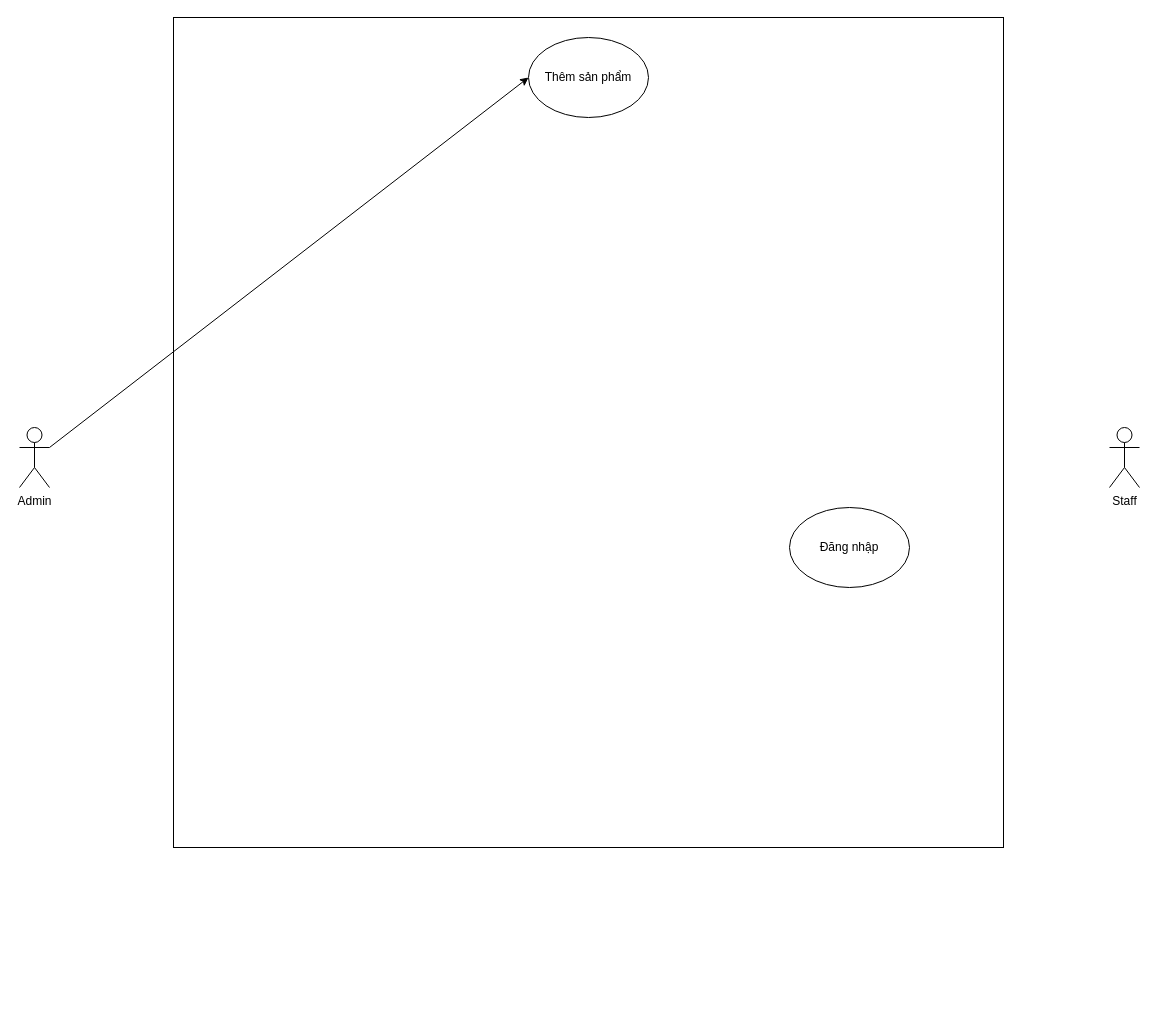
Above: usecase.drawio in xuanninh2001/WPF---Show-Hide-a-Control-using-MVVM (draw.io), before the change. Source tidied: cells renumbered, new cells numbered last; positions are measured from the earlier drawing's top-left corner, leaving out a move shared by most shapes. Both pictures are drawn from the tidied source at 100%, with x=0, y=0 at pixel (19, 17).
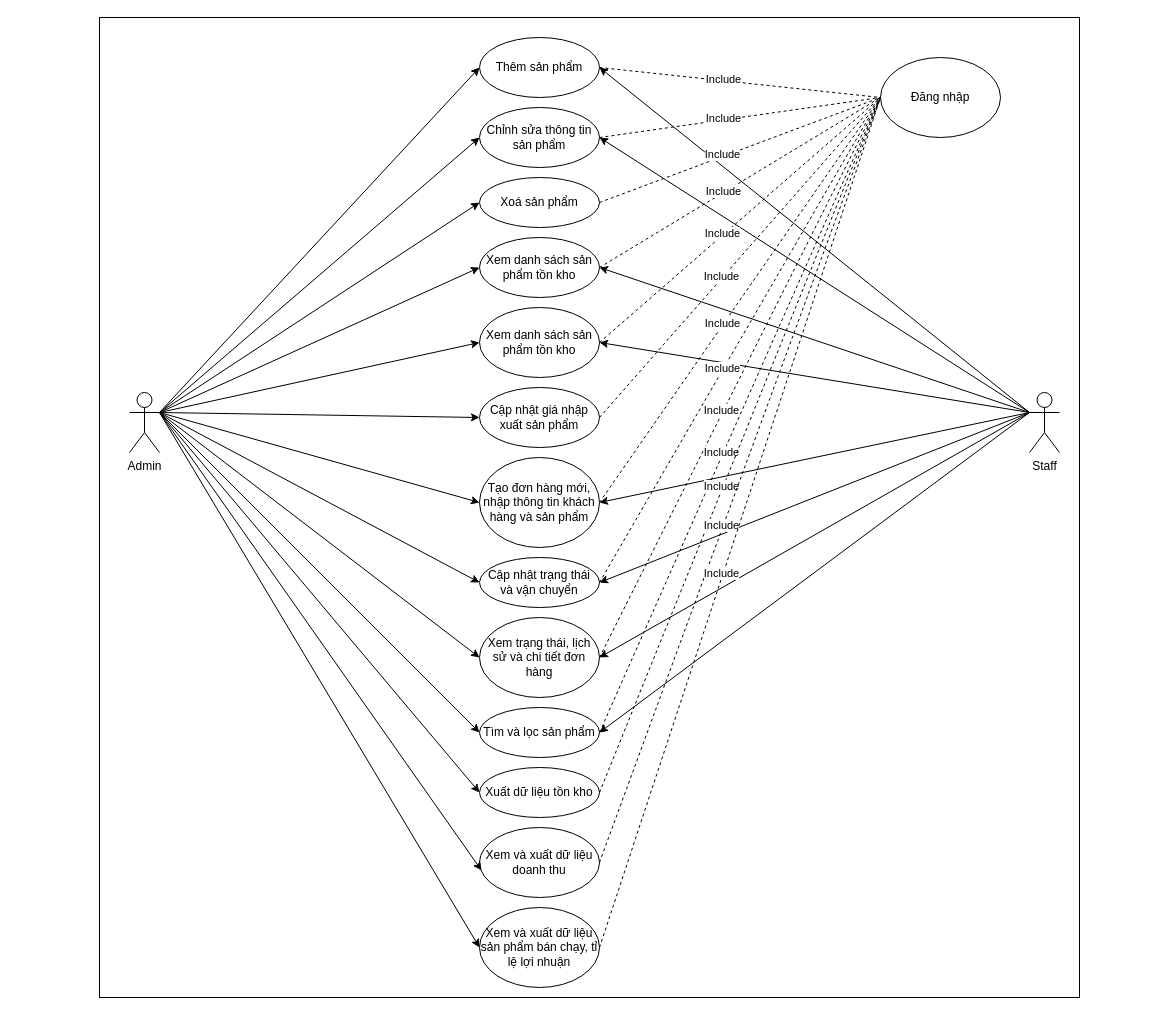
The same page after the edit.

Commit message (it also covers changes not shown here):
Cập nhật usecase.drawio

What changed in the source:
```diff
@@
     <mxCell id="2" style="whiteSpace=wrap;html=1;" parent="1" vertex="1">
-      <mxGeometry x="154" width="830" height="830" as="geometry" />
+      <mxGeometry x="80" width="980" height="980" as="geometry" />
     </mxCell>
     <mxCell id="3" value="Admin" style="shape=umlActor;verticalLabelPosition=bottom;verticalAlign=top;html=1;outlineConnect=0;" parent="1" vertex="1">
-      <mxGeometry y="410" width="30" height="60" as="geometry" />
+      <mxGeometry x="110" y="375" width="30" height="60" as="geometry" />
     </mxCell>
     <mxCell id="4" value="Staff" style="shape=umlActor;verticalLabelPosition=bottom;verticalAlign=top;html=1;outlineConnect=0;" parent="1" vertex="1">
-      <mxGeometry x="1090" y="410" width="30" height="60" as="geometry" />
+      <mxGeometry x="1010" y="375" width="30" height="60" as="geometry" />
     </mxCell>
     <mxCell id="5" value="Đăng nhập" style="ellipse;whiteSpace=wrap;html=1;" parent="1" vertex="1">
-      <mxGeometry x="770" y="490" width="120" height="80" as="geometry" />
+      <mxGeometry x="861" y="40" width="120" height="80" as="geometry" />
     </mxCell>
     <mxCell id="6" value="Thêm sản phẩm" style="ellipse;whiteSpace=wrap;html=1;" parent="1" vertex="1">
-      <mxGeometry x="509" y="20" width="120" height="80" as="geometry" />
+      <mxGeometry x="460" y="20" width="120" height="60" as="geometry" />
     </mxCell>
@@
+    <mxCell id="8" value="Chỉnh sửa thông tin sản phẩm" style="ellipse;whiteSpace=wrap;html=1;" parent="1" vertex="1">
+      <mxGeometry x="460" y="90" width="120" height="60" as="geometry" />
+    </mxCell>
+    <mxCell id="9" style="endArrow=classic;html=1;rounded=0;exitX=1;exitY=0.3333333333333333;exitDx=0;exitDy=0;exitPerimeter=0;entryX=0;entryY=0.5;entryDx=0;entryDy=0;" parent="1" edge="1" source="3" target="8">
+      <mxGeometry relative="1" as="geometry" />
+    </mxCell>
+    <mxCell id="10" style="endArrow=classic;html=1;rounded=0;exitX=0;exitY=0.3333333333333333;exitDx=0;exitDy=0;exitPerimeter=0;entryX=1;entryY=0.5;entryDx=0;entryDy=0;" parent="1" edge="1" source="4" target="6">
+      <mxGeometry relative="1" as="geometry" />
+    </mxCell>
+    <mxCell id="11" style="endArrow=classic;html=1;rounded=0;exitX=0;exitY=0.3333333333333333;exitDx=0;exitDy=0;exitPerimeter=0;entryX=1;entryY=0.5;entryDx=0;entryDy=0;" parent="1" edge="1" source="4" target="8">
+      <mxGeometry relative="1" as="geometry" />
+    </mxCell>
+    <mxCell id="12" value="Xoá sản phẩm" style="ellipse;whiteSpace=wrap;html=1;" parent="1" vertex="1">
+      <mxGeometry x="460" y="160" width="120" height="50" as="geometry" />
+    </mxCell>
+    <mxCell id="13" style="endArrow=classic;html=1;rounded=0;exitX=1;exitY=0.3333333333333333;exitDx=0;exitDy=0;exitPerimeter=0;entryX=0;entryY=0.5;entryDx=0;entryDy=0;" parent="1" edge="1" source="3" target="12">
+      <mxGeometry relative="1" as="geometry" />
+    </mxCell>
+    <mxCell id="14" value="Xem danh sách sản phẩm tồn kho" style="ellipse;whiteSpace=wrap;html=1;" parent="1" vertex="1">
+      <mxGeometry x="460" y="220" width="120" height="60" as="geometry" />
+    </mxCell>
+    <mxCell id="15" style="endArrow=classic;html=1;rounded=0;exitX=1;exitY=0.3333333333333333;exitDx=0;exitDy=0;exitPerimeter=0;entryX=0;entryY=0.5;entryDx=0;entryDy=0;" parent="1" edge="1" source="3" target="14">
+      <mxGeometry relative="1" as="geometry" />
+    </mxCell>
+    <mxCell id="16" style="endArrow=classic;html=1;rounded=0;exitX=0;exitY=0.3333333333333333;exitDx=0;exitDy=0;exitPerimeter=0;entryX=1;entryY=0.5;entryDx=0;entryDy=0;" parent="1" edge="1" source="4" target="14">
+      <mxGeometry relative="1" as="geometry" />
+    </mxCell>
+    <mxCell id="17" value="Xem danh sách sản phẩm tồn kho" style="ellipse;whiteSpace=wrap;html=1;" parent="1" vertex="1">
+      <mxGeometry x="460" y="290" width="120" height="70" as="geometry" />
+    </mxCell>
+    <mxCell id="18" style="endArrow=classic;html=1;rounded=0;entryX=0;entryY=0.5;entryDx=0;entryDy=0;exitX=1;exitY=0.3333333333333333;exitDx=0;exitDy=0;exitPerimeter=0;" parent="1" edge="1" source="3" target="17">
+      <mxGeometry relative="1" as="geometry" />
+    </mxCell>
+    <mxCell id="19" style="endArrow=classic;html=1;rounded=0;exitX=0;exitY=0.3333333333333333;exitDx=0;exitDy=0;exitPerimeter=0;entryX=1;entryY=0.5;entryDx=0;entryDy=0;" parent="1" edge="1" source="4" target="17">
+      <mxGeometry relative="1" as="geometry" />
+    </mxCell>
+    <mxCell id="20" value="Cập nhật giá nhập xuất sản phẩm" style="ellipse;whiteSpace=wrap;html=1;" parent="1" vertex="1">
+      <mxGeometry x="460" y="370" width="120" height="60" as="geometry" />
+    </mxCell>
+    <mxCell id="21" style="endArrow=classic;html=1;rounded=0;entryX=0;entryY=0.5;entryDx=0;entryDy=0;exitX=1;exitY=0.3333333333333333;exitDx=0;exitDy=0;exitPerimeter=0;" parent="1" edge="1" source="3" target="20">
+      <mxGeometry relative="1" as="geometry" />
+    </mxCell>
+    <mxCell id="22" value="Tạo đơn hàng mới, nhập thông tin khách hàng và sản phẩm" style="ellipse;whiteSpace=wrap;html=1;" parent="1" vertex="1">
+      <mxGeometry x="460" y="440" width="120" height="90" as="geometry" />
+    </mxCell>
+    <mxCell id="23" style="endArrow=classic;html=1;rounded=0;entryX=0;entryY=0.5;entryDx=0;entryDy=0;exitX=1;exitY=0.3333333333333333;exitDx=0;exitDy=0;exitPerimeter=0;" parent="1" edge="1" source="3" target="22">
+      <mxGeometry relative="1" as="geometry" />
+    </mxCell>
+    <mxCell id="24" style="endArrow=classic;html=1;rounded=0;entryX=1;entryY=0.5;entryDx=0;entryDy=0;exitX=0;exitY=0.3333333333333333;exitDx=0;exitDy=0;exitPerimeter=0;" parent="1" edge="1" source="4" target="22">
+      <mxGeometry relative="1" as="geometry" />
+    </mxCell>
+    <mxCell id="25" value="Cập nhật trạng thái và vận chuyển" style="ellipse;whiteSpace=wrap;html=1;" parent="1" vertex="1">
+      <mxGeometry x="460" y="540" width="120" height="50" as="geometry" />
+    </mxCell>
+    <mxCell id="26" style="endArrow=classic;html=1;rounded=0;entryX=0;entryY=0.5;entryDx=0;entryDy=0;exitX=1;exitY=0.3333333333333333;exitDx=0;exitDy=0;exitPerimeter=0;" parent="1" edge="1" source="3" target="25">
+      <mxGeometry relative="1" as="geometry" />
+    </mxCell>
+    <mxCell id="27" style="endArrow=classic;html=1;rounded=0;entryX=1;entryY=0.5;entryDx=0;entryDy=0;exitX=0;exitY=0.3333333333333333;exitDx=0;exitDy=0;exitPerimeter=0;" parent="1" edge="1" source="4" target="25">
+      <mxGeometry relative="1" as="geometry" />
+    </mxCell>
+    <mxCell id="28" value="Xem trạng thái, lịch sử và chi tiết đơn hàng" style="ellipse;whiteSpace=wrap;html=1;" parent="1" vertex="1">
+      <mxGeometry x="460" y="600" width="120" height="80" as="geometry" />
+    </mxCell>
+    <mxCell id="29" style="endArrow=classic;html=1;rounded=0;entryX=0;entryY=0.5;entryDx=0;entryDy=0;exitX=1;exitY=0.3333333333333333;exitDx=0;exitDy=0;exitPerimeter=0;" parent="1" edge="1" source="3" target="28">
+      <mxGeometry relative="1" as="geometry" />
+    </mxCell>
+    <mxCell id="30" style="endArrow=classic;html=1;rounded=0;entryX=1;entryY=0.5;entryDx=0;entryDy=0;exitX=0;exitY=0.3333333333333333;exitDx=0;exitDy=0;exitPerimeter=0;" parent="1" edge="1" source="4" target="28">
+      <mxGeometry relative="1" as="geometry" />
+    </mxCell>
+    <mxCell id="31" value="Xuất dữ liệu tồn kho" style="ellipse;whiteSpace=wrap;html=1;" parent="1" vertex="1">
+      <mxGeometry x="460" y="750" width="120" height="50" as="geometry" />
+    </mxCell>
+    <mxCell id="32" value="Xem và xuất dữ liệu doanh thu" style="ellipse;whiteSpace=wrap;html=1;" parent="1" vertex="1">
+      <mxGeometry x="460" y="810" width="120" height="70" as="geometry" />
+    </mxCell>
+    <mxCell id="33" value="Xem và xuất dữ liệu sản phẩm bán chạy, tỉ lệ lợi nhuận" style="ellipse;whiteSpace=wrap;html=1;" parent="1" vertex="1">
+      <mxGeometry x="460" y="890" width="120" height="80" as="geometry" />
+    </mxCell>
+    <mxCell id="34" style="endArrow=classic;html=1;rounded=0;entryX=0;entryY=0.5;entryDx=0;entryDy=0;exitX=1;exitY=0.3333333333333333;exitDx=0;exitDy=0;exitPerimeter=0;" parent="1" edge="1" source="3" target="31">
+      <mxGeometry relative="1" as="geometry" />
+    </mxCell>
+    <mxCell id="35" style="endArrow=classic;html=1;rounded=0;entryX=0.017;entryY=0.614;entryDx=0;entryDy=0;exitX=1;exitY=0.3333333333333333;exitDx=0;exitDy=0;exitPerimeter=0;entryPerimeter=0;" parent="1" edge="1" source="3" target="32">
+      <mxGeometry relative="1" as="geometry" />
+    </mxCell>
+    <mxCell id="36" style="endArrow=classic;html=1;rounded=0;entryX=0;entryY=0.5;entryDx=0;entryDy=0;exitX=1;exitY=0.3333333333333333;exitDx=0;exitDy=0;exitPerimeter=0;" parent="1" edge="1" source="3" target="33">
+      <mxGeometry relative="1" as="geometry" />
+    </mxCell>
+    <mxCell id="37" style="endArrow=none;dashed=1;html=1;rounded=0;entryX=0;entryY=0.5;entryDx=0;entryDy=0;exitX=1;exitY=0.5;exitDx=0;exitDy=0;" parent="1" edge="1" source="6" target="5">
+      <mxGeometry relative="1" as="geometry" />
+    </mxCell>
+    <mxCell id="38" value="Include" style="edgeLabel;html=1;align=center;verticalAlign=middle;" parent="37" vertex="1">
+      <mxGeometry x="-0.12" y="2" relative="1" as="geometry" />
+    </mxCell>
+    <mxCell id="39" style="endArrow=none;dashed=1;html=1;rounded=0;entryX=0;entryY=0.5;entryDx=0;entryDy=0;exitX=1;exitY=0.5;exitDx=0;exitDy=0;" parent="1" edge="1" source="8" target="5">
+      <mxGeometry relative="1" as="geometry" />
+    </mxCell>
+    <mxCell id="40" value="Include" style="edgeLabel;html=1;align=center;verticalAlign=middle;" parent="39" vertex="1">
+      <mxGeometry x="-0.12" y="2" relative="1" as="geometry" />
+    </mxCell>
+    <mxCell id="41" style="endArrow=none;dashed=1;html=1;rounded=0;exitX=1;exitY=0.5;exitDx=0;exitDy=0;entryX=0;entryY=0.5;entryDx=0;entryDy=0;" parent="1" edge="1" source="12" target="5">
+      <mxGeometry relative="1" as="geometry" />
+    </mxCell>
+    <mxCell id="42" value="Include" style="edgeLabel;html=1;align=center;verticalAlign=middle;" parent="41" vertex="1">
+      <mxGeometry x="-0.12" y="2" relative="1" as="geometry" />
+    </mxCell>
+    <mxCell id="43" style="endArrow=none;dashed=1;html=1;rounded=0;exitX=1;exitY=0.5;exitDx=0;exitDy=0;entryX=0;entryY=0.5;entryDx=0;entryDy=0;" parent="1" edge="1" source="14" target="5">
+      <mxGeometry relative="1" as="geometry" />
+    </mxCell>
+    <mxCell id="44" value="Include" style="edgeLabel;html=1;align=center;verticalAlign=middle;" parent="43" vertex="1">
+      <mxGeometry x="-0.12" y="2" relative="1" as="geometry" />
+    </mxCell>
+    <mxCell id="45" value="Tìm và lọc sản phẩm" style="ellipse;whiteSpace=wrap;html=1;" parent="1" vertex="1">
+      <mxGeometry x="460" y="690" width="120" height="50" as="geometry" />
+    </mxCell>
+    <mxCell id="46" style="endArrow=classic;html=1;rounded=0;entryX=1;entryY=0.5;entryDx=0;entryDy=0;exitX=0;exitY=0.3333333333333333;exitDx=0;exitDy=0;exitPerimeter=0;" parent="1" edge="1" source="4" target="45">
+      <mxGeometry relative="1" as="geometry" />
+    </mxCell>
+    <mxCell id="47" style="endArrow=classic;html=1;rounded=0;entryX=0;entryY=0.5;entryDx=0;entryDy=0;exitX=1;exitY=0.3333333333333333;exitDx=0;exitDy=0;exitPerimeter=0;" parent="1" edge="1" source="3" target="45">
+      <mxGeometry relative="1" as="geometry" />
+    </mxCell>
+    <mxCell id="48" style="endArrow=none;dashed=1;html=1;rounded=0;exitX=1;exitY=0.5;exitDx=0;exitDy=0;entryX=0;entryY=0.5;entryDx=0;entryDy=0;" parent="1" edge="1" source="17" target="5">
+      <mxGeometry relative="1" as="geometry" />
+    </mxCell>
+    <mxCell id="49" value="Include" style="edgeLabel;html=1;align=center;verticalAlign=middle;" parent="48" vertex="1">
+      <mxGeometry x="-0.12" y="2" relative="1" as="geometry" />
+    </mxCell>
+    <mxCell id="50" style="endArrow=none;dashed=1;html=1;rounded=0;exitX=1;exitY=0.5;exitDx=0;exitDy=0;entryX=0;entryY=0.5;entryDx=0;entryDy=0;" parent="1" edge="1" source="20" target="5">
+      <mxGeometry relative="1" as="geometry" />
+    </mxCell>
+    <mxCell id="51" value="Include" style="edgeLabel;html=1;align=center;verticalAlign=middle;" parent="50" vertex="1">
+      <mxGeometry x="-0.12" y="2" relative="1" as="geometry" />
+    </mxCell>
+    <mxCell id="52" style="endArrow=none;dashed=1;html=1;rounded=0;exitX=1;exitY=0.5;exitDx=0;exitDy=0;entryX=0;entryY=0.5;entryDx=0;entryDy=0;" parent="1" edge="1" source="22" target="5">
+      <mxGeometry relative="1" as="geometry" />
+    </mxCell>
+    <mxCell id="53" value="Include" style="edgeLabel;html=1;align=center;verticalAlign=middle;" parent="52" vertex="1">
+      <mxGeometry x="-0.12" y="2" relative="1" as="geometry" />
+    </mxCell>
+    <mxCell id="54" style="endArrow=none;dashed=1;html=1;rounded=0;exitX=1;exitY=0.5;exitDx=0;exitDy=0;entryX=0;entryY=0.5;entryDx=0;entryDy=0;" parent="1" edge="1" source="25" target="5">
+      <mxGeometry relative="1" as="geometry" />
+    </mxCell>
+    <mxCell id="55" value="Include" style="edgeLabel;html=1;align=center;verticalAlign=middle;" parent="54" vertex="1">
+      <mxGeometry x="-0.12" y="2" relative="1" as="geometry" />
+    </mxCell>
+    <mxCell id="56" style="endArrow=none;dashed=1;html=1;rounded=0;exitX=1;exitY=0.5;exitDx=0;exitDy=0;entryX=0;entryY=0.5;entryDx=0;entryDy=0;" parent="1" edge="1" source="28" target="5">
+      <mxGeometry relative="1" as="geometry" />
+    </mxCell>
+    <mxCell id="57" value="Include" style="edgeLabel;html=1;align=center;verticalAlign=middle;" parent="56" vertex="1">
+      <mxGeometry x="-0.12" y="2" relative="1" as="geometry" />
+    </mxCell>
+    <mxCell id="58" style="endArrow=none;dashed=1;html=1;rounded=0;exitX=1;exitY=0.5;exitDx=0;exitDy=0;entryX=0;entryY=0.5;entryDx=0;entryDy=0;" parent="1" edge="1" source="45" target="5">
+      <mxGeometry relative="1" as="geometry" />
+    </mxCell>
+    <mxCell id="59" value="Include" style="edgeLabel;html=1;align=center;verticalAlign=middle;" parent="58" vertex="1">
+      <mxGeometry x="-0.12" y="2" relative="1" as="geometry" />
+    </mxCell>
+    <mxCell id="60" style="endArrow=none;dashed=1;html=1;rounded=0;exitX=1;exitY=0.5;exitDx=0;exitDy=0;entryX=0;entryY=0.5;entryDx=0;entryDy=0;" parent="1" edge="1" source="31" target="5">
+      <mxGeometry relative="1" as="geometry" />
+    </mxCell>
+    <mxCell id="61" value="Include" style="edgeLabel;html=1;align=center;verticalAlign=middle;" parent="60" vertex="1">
+      <mxGeometry x="-0.12" y="2" relative="1" as="geometry" />
+    </mxCell>
+    <mxCell id="62" style="endArrow=none;dashed=1;html=1;rounded=0;exitX=1;exitY=0.5;exitDx=0;exitDy=0;entryX=0;entryY=0.5;entryDx=0;entryDy=0;" parent="1" edge="1" source="32" target="5">
+      <mxGeometry relative="1" as="geometry" />
+    </mxCell>
+    <mxCell id="63" value="Include" style="edgeLabel;html=1;align=center;verticalAlign=middle;" parent="62" vertex="1">
+      <mxGeometry x="-0.12" y="2" relative="1" as="geometry" />
+    </mxCell>
+    <mxCell id="64" style="endArrow=none;dashed=1;html=1;rounded=0;exitX=1;exitY=0.5;exitDx=0;exitDy=0;entryX=0;entryY=0.5;entryDx=0;entryDy=0;" parent="1" edge="1" source="33" target="5">
+      <mxGeometry relative="1" as="geometry" />
+    </mxCell>
+    <mxCell id="65" value="Include" style="edgeLabel;html=1;align=center;verticalAlign=middle;" parent="64" vertex="1">
+      <mxGeometry x="-0.12" y="2" relative="1" as="geometry" />
+    </mxCell>
```
